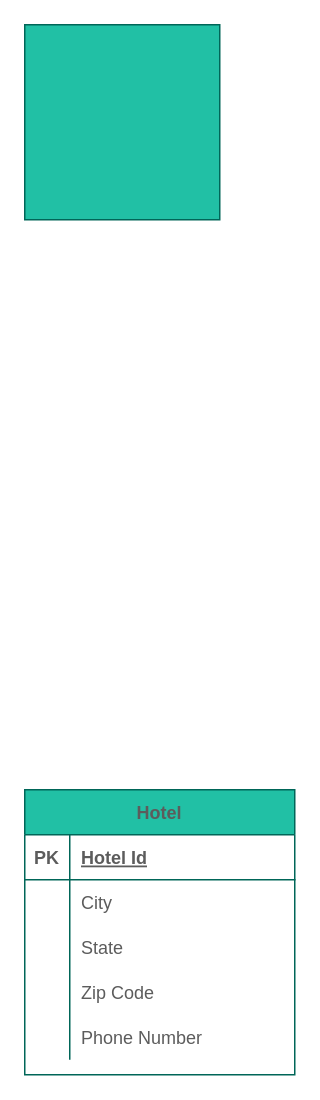
The draw.io diagram Hotel Schema.drawio in kunal09op/Hotel_Schema, before the edit. Source tidied: cells renumbered, new cells numbered last; positions are measured from the earlier drawing's top-left corner, leaving out a move shared by most shapes. Both pictures are drawn from the tidied source at 150%, with x=0, y=0 at pixel (24, 24).
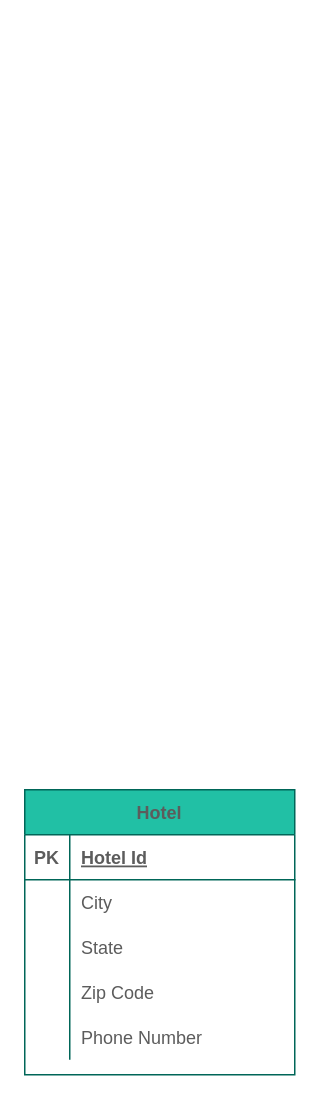
Above is the later version.

What changed in the source:
```diff
@@
 <mxGraphModel>
   <root>
     <mxCell id="0" />
     <mxCell id="1" parent="0" />
-    <mxCell id="2" style="whiteSpace=wrap;html=1;fontFamily=Helvetica;fillColor=#21C0A5;strokeColor=#006658;fontColor=#5C5C5C;" parent="1" vertex="1">
-      <mxGeometry width="130" height="130" as="geometry" />
-    </mxCell>
     <mxCell id="3" value="Hotel" style="shape=table;startSize=30;childLayout=tableLayout;rowLines=0;fontStyle=1;align=center;rounded=0;sketch=0;fontColor=#5C5C5C;strokeColor=#006658;fillColor=#21C0A5;" parent="1" vertex="1">
       <mxGeometry y="510" width="180" height="190" as="geometry" />
     </mxCell>
     <mxCell id="4" style="shape=partialRectangle;fillColor=none;top=0;left=0;bottom=1;right=0;rounded=0;sketch=0;fontColor=#5C5C5C;strokeColor=#006658;" parent="3" vertex="1">
       <mxGeometry y="30" width="180" height="30" as="geometry" />
     </mxCell>
     <mxCell id="5" value="PK" style="shape=partialRectangle;fillColor=none;top=0;left=0;bottom=0;right=0;fontStyle=1;overflow=hidden;rounded=0;sketch=0;fontColor=#5C5C5C;strokeColor=#006658;" parent="4" vertex="1">
       <mxGeometry width="30" height="30" as="geometry" />
     </mxCell>
     <mxCell id="6" value="Hotel Id" style="shape=partialRectangle;fillColor=none;top=0;left=0;bottom=0;right=0;align=left;spacingLeft=6;fontStyle=5;overflow=hidden;rounded=0;sketch=0;fontColor=#5C5C5C;strokeColor=#006658;" parent="4" vertex="1">
       <mxGeometry x="30" width="150" height="30" as="geometry" />
     </mxCell>
     <mxCell id="7" style="shape=partialRectangle;fillColor=none;top=0;left=0;bottom=0;right=0;rounded=0;sketch=0;fontColor=#5C5C5C;strokeColor=#006658;" parent="3" vertex="1">
       <mxGeometry y="60" width="180" height="30" as="geometry" />
     </mxCell>
     <mxCell id="8" style="shape=partialRectangle;fillColor=none;top=0;left=0;bottom=0;right=0;overflow=hidden;rounded=0;sketch=0;fontColor=#5C5C5C;strokeColor=#006658;" parent="7" vertex="1">
       <mxGeometry width="30" height="30" as="geometry" />
     </mxCell>
     <mxCell id="9" value="City" style="shape=partialRectangle;fillColor=none;top=0;left=0;bottom=0;right=0;align=left;spacingLeft=6;overflow=hidden;rounded=0;sketch=0;fontColor=#5C5C5C;strokeColor=#006658;" parent="7" vertex="1">
       <mxGeometry x="30" width="150" height="30" as="geometry" />
     </mxCell>
     <mxCell id="10" style="shape=partialRectangle;fillColor=none;top=0;left=0;bottom=0;right=0;rounded=0;sketch=0;fontColor=#5C5C5C;strokeColor=#006658;" parent="3" vertex="1">
       <mxGeometry y="90" width="180" height="30" as="geometry" />
     </mxCell>
     <mxCell id="11" style="shape=partialRectangle;fillColor=none;top=0;left=0;bottom=0;right=0;overflow=hidden;rounded=0;sketch=0;fontColor=#5C5C5C;strokeColor=#006658;" parent="10" vertex="1">
       <mxGeometry width="30" height="30" as="geometry" />
     </mxCell>
     <mxCell id="12" value="State" style="shape=partialRectangle;fillColor=none;top=0;left=0;bottom=0;right=0;align=left;spacingLeft=6;overflow=hidden;rounded=0;sketch=0;fontColor=#5C5C5C;strokeColor=#006658;" parent="10" vertex="1">
       <mxGeometry x="30" width="150" height="30" as="geometry" />
     </mxCell>
     <mxCell id="13" style="shape=partialRectangle;fillColor=none;top=0;left=0;bottom=0;right=0;rounded=0;sketch=0;fontColor=#5C5C5C;strokeColor=#006658;" parent="3" vertex="1">
       <mxGeometry y="120" width="180" height="30" as="geometry" />
     </mxCell>
     <mxCell id="14" style="shape=partialRectangle;fillColor=none;top=0;left=0;bottom=0;right=0;overflow=hidden;rounded=0;sketch=0;fontColor=#5C5C5C;strokeColor=#006658;" parent="13" vertex="1">
       <mxGeometry width="30" height="30" as="geometry" />
     </mxCell>
     <mxCell id="15" value="Zip Code" style="shape=partialRectangle;fillColor=none;top=0;left=0;bottom=0;right=0;align=left;spacingLeft=6;overflow=hidden;rounded=0;sketch=0;fontColor=#5C5C5C;strokeColor=#006658;" parent="13" vertex="1">
       <mxGeometry x="30" width="150" height="30" as="geometry" />
     </mxCell>
     <mxCell id="16" style="shape=partialRectangle;fillColor=none;top=0;left=0;bottom=0;right=0;rounded=0;sketch=0;fontColor=#5C5C5C;strokeColor=#006658;" parent="3" vertex="1">
       <mxGeometry y="150" width="180" height="30" as="geometry" />
     </mxCell>
     <mxCell id="17" style="shape=partialRectangle;fillColor=none;top=0;left=0;bottom=0;right=0;overflow=hidden;rounded=0;sketch=0;fontColor=#5C5C5C;strokeColor=#006658;" parent="16" vertex="1">
       <mxGeometry width="30" height="30" as="geometry" />
     </mxCell>
     <mxCell id="18" value="Phone Number" style="shape=partialRectangle;fillColor=none;top=0;left=0;bottom=0;right=0;align=left;spacingLeft=6;overflow=hidden;rounded=0;sketch=0;fontColor=#5C5C5C;strokeColor=#006658;" parent="16" vertex="1">
       <mxGeometry x="30" width="150" height="30" as="geometry" />
     </mxCell>
   </root>
 </mxGraphModel>
```
